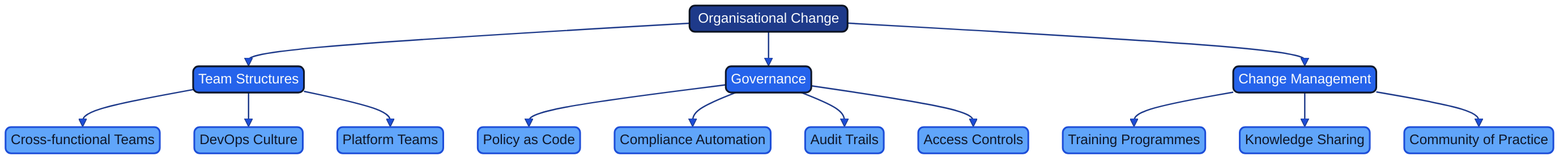
Before: docs/images/mindmap_21b_organisational.png, a diagram exported from Mermaid (Geonitab/architecture_as_code). Its source is kept beside it as docs/images/mindmap_21b_organisational.mmd.
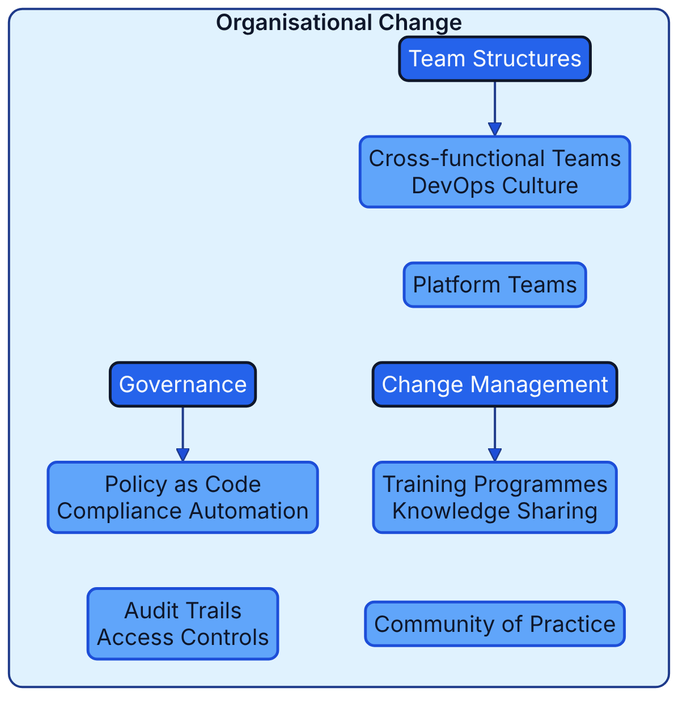
Above is the later version.

The edit, as a diff of the source:
```diff
@@ -1,15 +1,20 @@
-graph TD
-    ROOT(["Organisational Change"]):::geon-primary
-    ROOT --> TS["Team Structures"]:::geon-accent
-    ROOT --> GV["Governance"]:::geon-accent
-    ROOT --> CM["Change Management"]:::geon-accent
-    TS --> TS1["Cross-functional Teams"]:::geon-highlight
-    TS --> TS2["DevOps Culture"]:::geon-highlight
-    TS --> TS3["Platform Teams"]:::geon-highlight
-    GV --> GV1["Policy as Code"]:::geon-highlight
-    GV --> GV2["Compliance Automation"]:::geon-highlight
-    GV --> GV3["Audit Trails"]:::geon-highlight
-    GV --> GV4["Access Controls"]:::geon-highlight
-    CM --> CM1["Training Programmes"]:::geon-highlight
-    CM --> CM2["Knowledge Sharing"]:::geon-highlight
-    CM --> CM3["Community of Practice"]:::geon-highlight
+flowchart TB
+    subgraph ROOT["Organisational Change"]
+        direction TB
+        B0["Team Structures"]:::geon-accent
+        L0_0["Cross-functional Teams<br/>DevOps Culture"]:::geon-highlight
+        B0 --> L0_0
+        L0_1["Platform Teams"]:::geon-highlight
+        L0_0 ~~~ L0_1
+        B1["Governance"]:::geon-accent
+        L1_0["Policy as Code<br/>Compliance Automation"]:::geon-highlight
+        B1 --> L1_0
+        L1_1["Audit Trails<br/>Access Controls"]:::geon-highlight
+        L1_0 ~~~ L1_1
+        B2["Change Management"]:::geon-accent
+        L2_0["Training Programmes<br/>Knowledge Sharing"]:::geon-highlight
+        B2 --> L2_0
+        L2_1["Community of Practice"]:::geon-highlight
+        L2_0 ~~~ L2_1
+        L0_1 ~~~ B2
+    end
```
